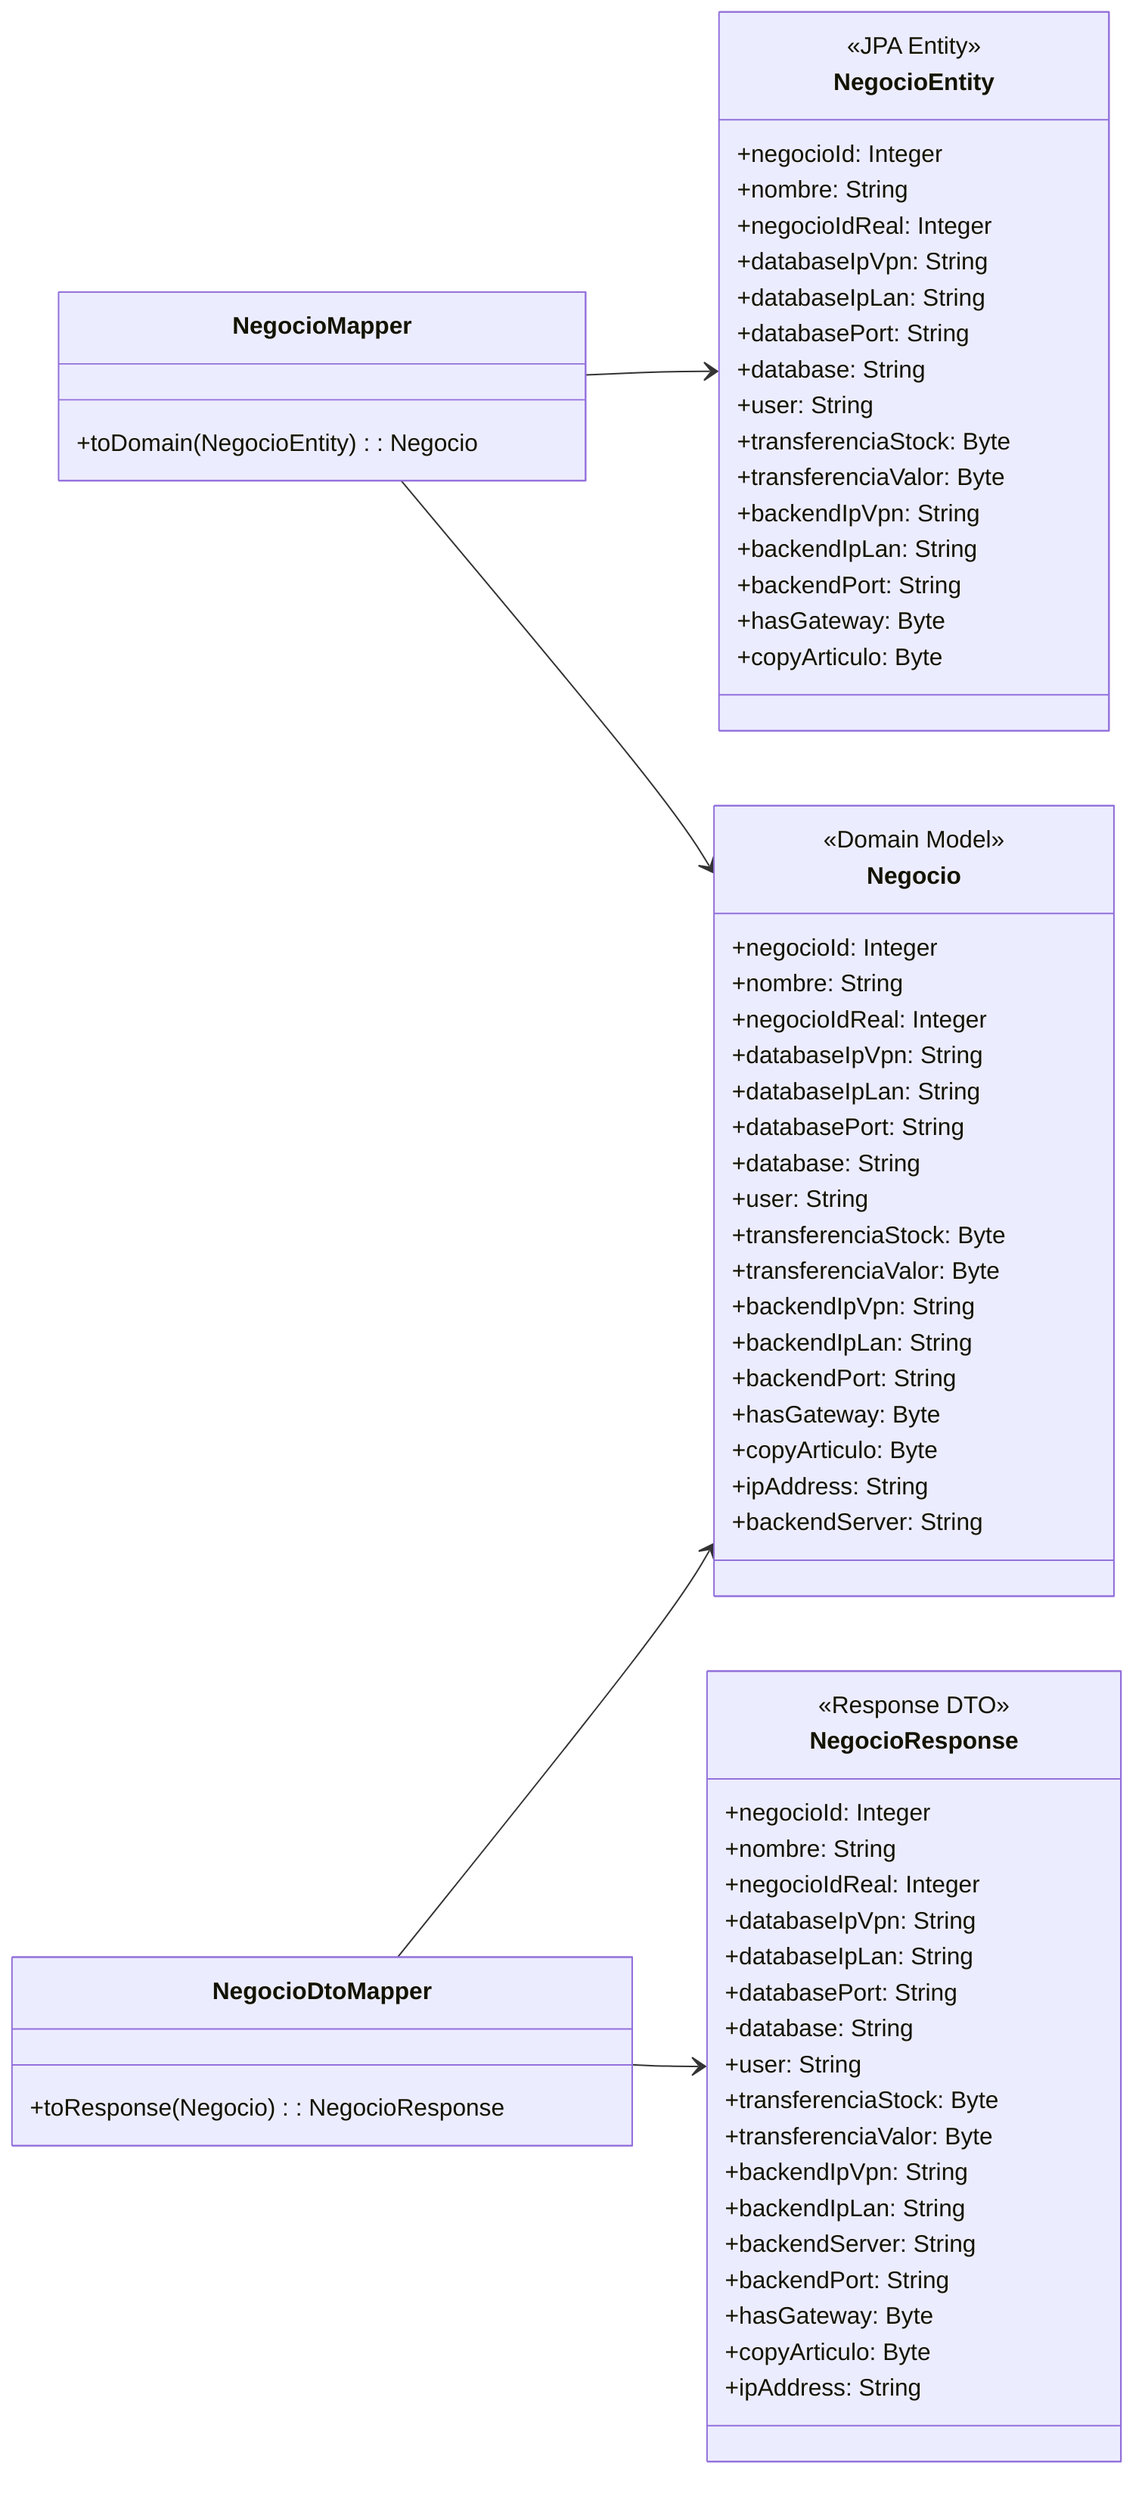
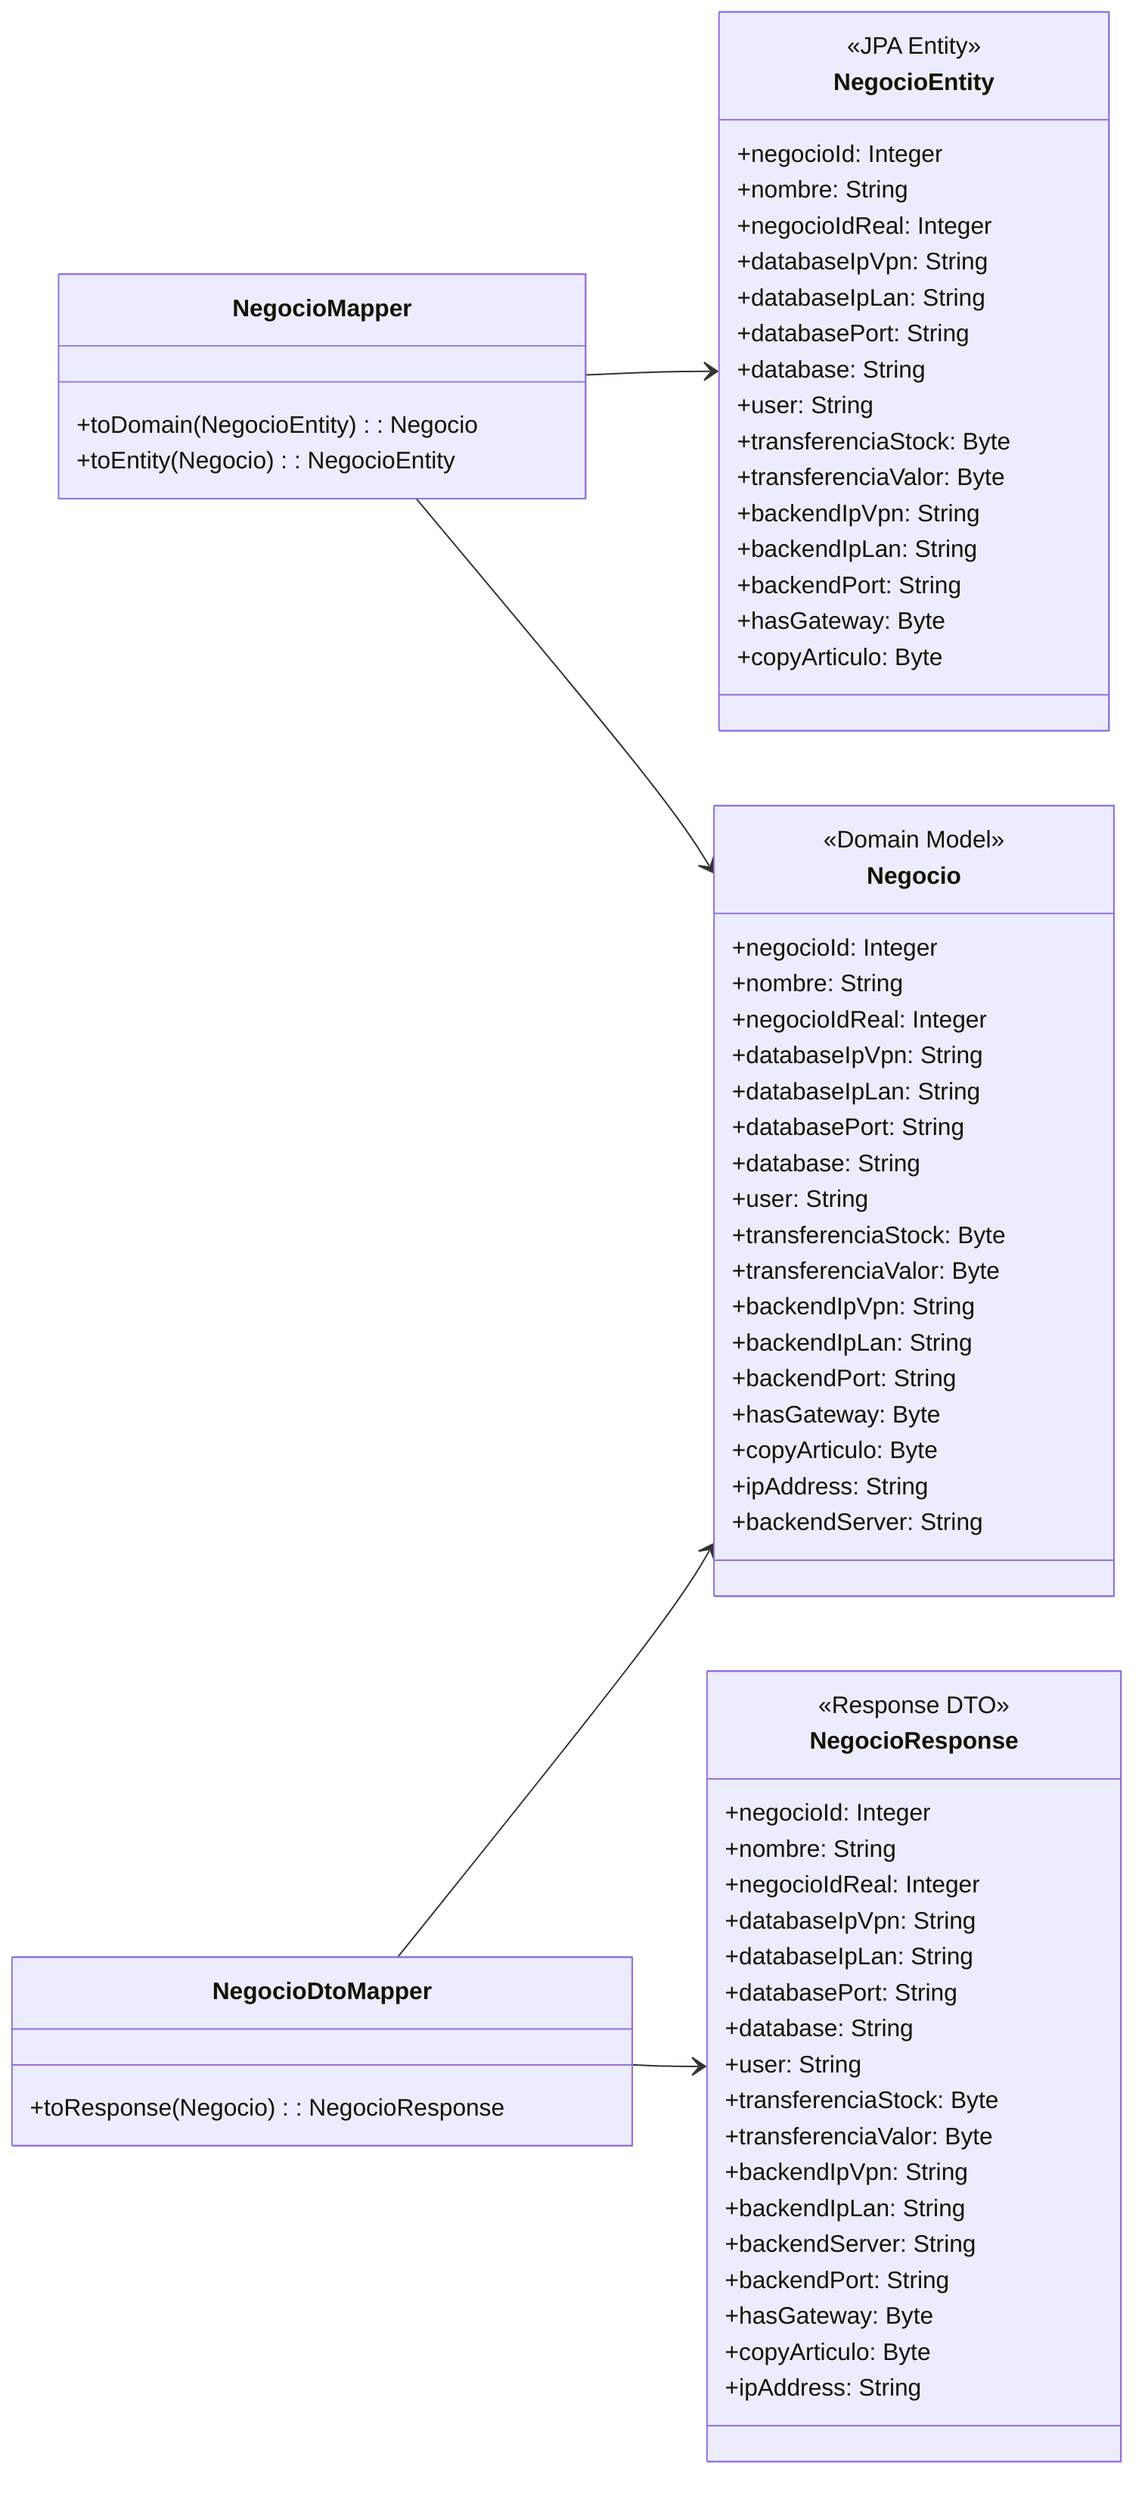
classDiagram
    direction LR

    class Negocio {
        <<Domain Model>>
        +negocioId: Integer
        +nombre: String
        +negocioIdReal: Integer
        +databaseIpVpn: String
        +databaseIpLan: String
        +databasePort: String
        +database: String
        +user: String
        +transferenciaStock: Byte
        +transferenciaValor: Byte
        +backendIpVpn: String
        +backendIpLan: String
        +backendPort: String
        +hasGateway: Byte
        +copyArticulo: Byte
        +ipAddress: String
        +backendServer: String
    }

    class NegocioEntity {
        <<JPA Entity>>
        +negocioId: Integer
        +nombre: String
        +negocioIdReal: Integer
        +databaseIpVpn: String
        +databaseIpLan: String
        +databasePort: String
        +database: String
        +user: String
        +transferenciaStock: Byte
        +transferenciaValor: Byte
        +backendIpVpn: String
        +backendIpLan: String
        +backendPort: String
        +hasGateway: Byte
        +copyArticulo: Byte
    }

    class NegocioMapper {
        +toDomain(NegocioEntity): Negocio
+         +toEntity(Negocio): NegocioEntity
    }

    class NegocioResponse {
        <<Response DTO>>
        +negocioId: Integer
        +nombre: String
        +negocioIdReal: Integer
        +databaseIpVpn: String
        +databaseIpLan: String
        +databasePort: String
        +database: String
        +user: String
        +transferenciaStock: Byte
        +transferenciaValor: Byte
        +backendIpVpn: String
        +backendIpLan: String
        +backendServer: String
        +backendPort: String
        +hasGateway: Byte
        +copyArticulo: Byte
        +ipAddress: String
    }

    class NegocioDtoMapper {
        +toResponse(Negocio): NegocioResponse
    }

    NegocioMapper --> NegocioEntity
    NegocioMapper --> Negocio
    NegocioDtoMapper --> Negocio
    NegocioDtoMapper --> NegocioResponse
